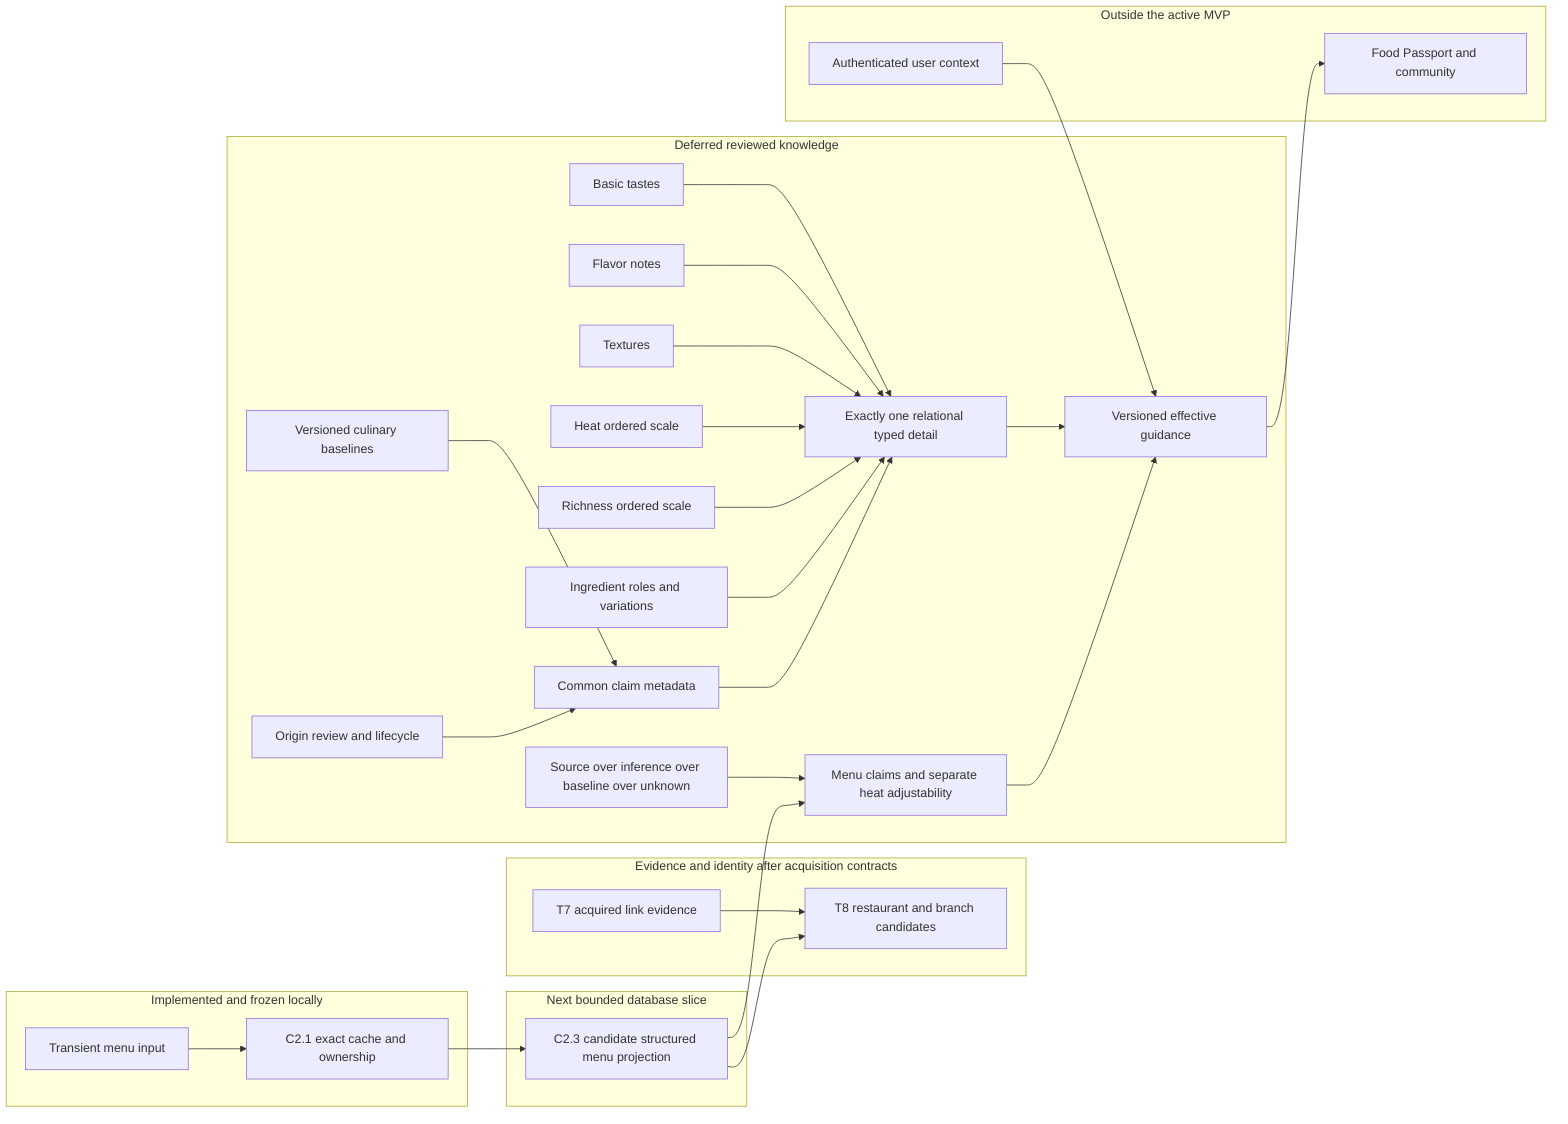
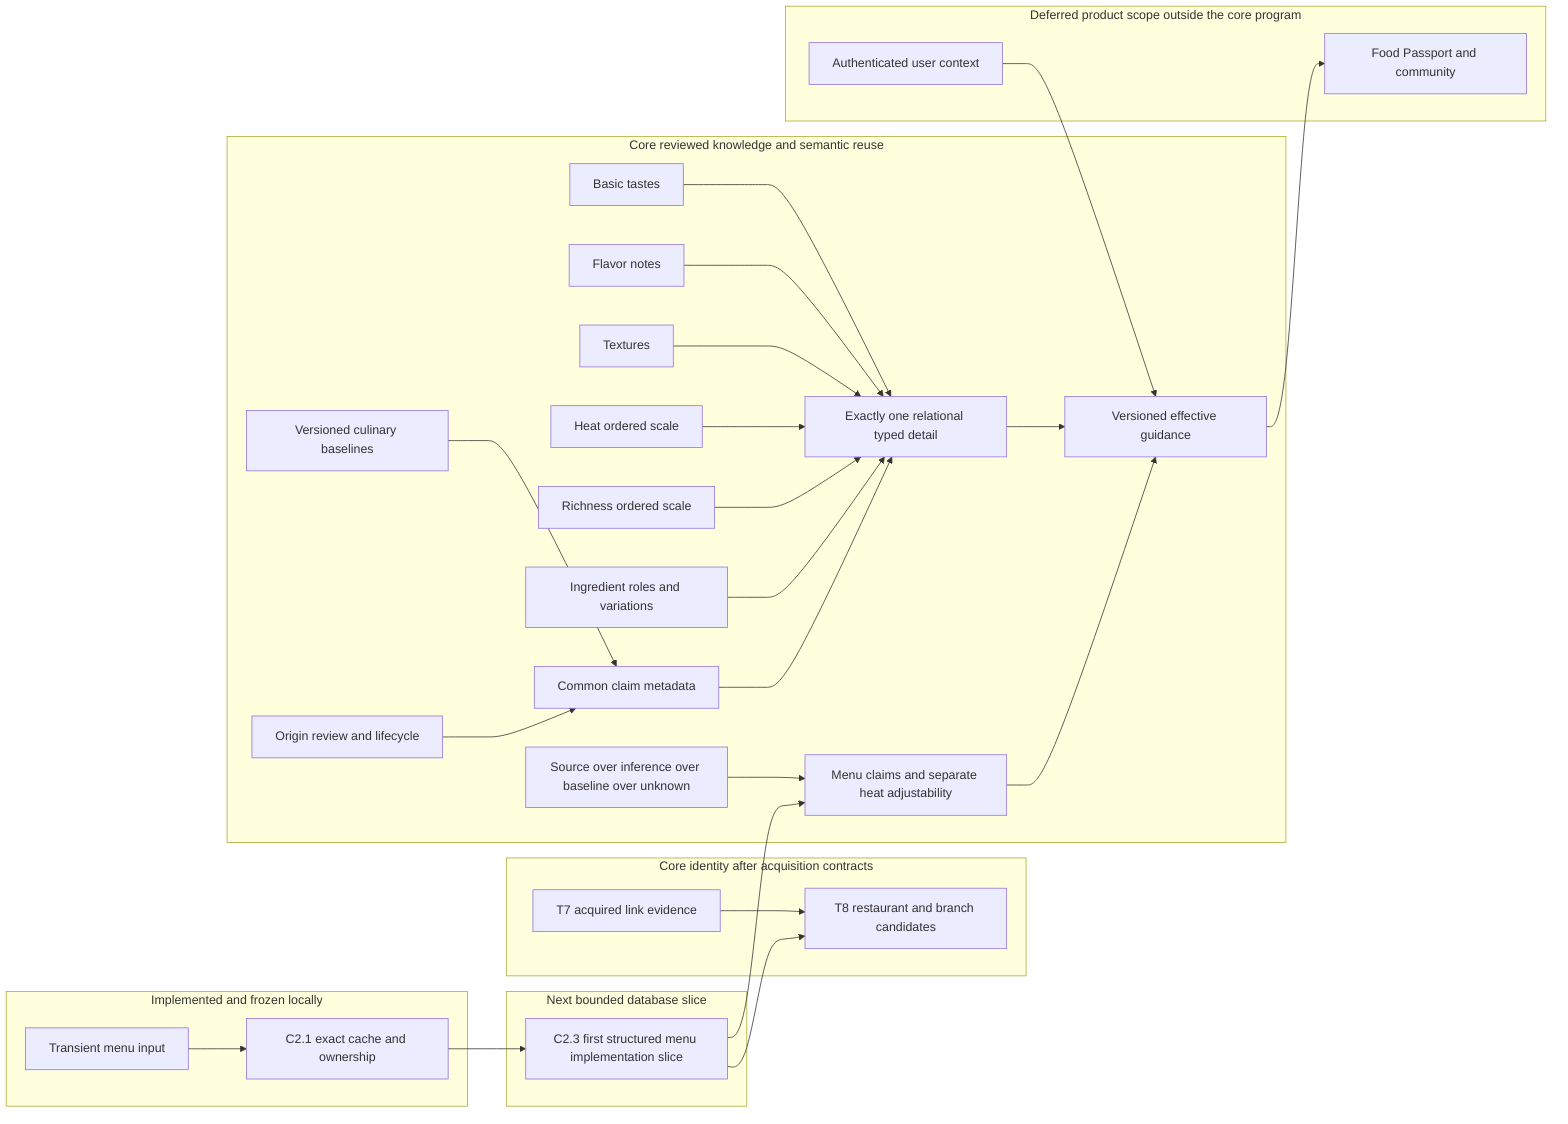
flowchart LR
  subgraph NOW[Implemented and frozen locally]
    A[Transient menu input]
    B[C2.1 exact cache and ownership]
    A --> B
  end

  subgraph NEXT[Next bounded database slice]
-     C[C2.3 candidate structured menu projection]
+     C[C2.3 first structured menu implementation slice]
    B --> C
  end

-   subgraph EVIDENCE[Evidence and identity after acquisition contracts]
+   subgraph EVIDENCE[Core identity after acquisition contracts]
    D[T7 acquired link evidence]
    E[T8 restaurant and branch candidates]
    D --> E
    C --> E
  end

-   subgraph KNOWLEDGE[Deferred reviewed knowledge]
+   subgraph KNOWLEDGE[Core reviewed knowledge and semantic reuse]
    F[Versioned culinary baselines]
    K1[Basic tastes]
    K2[Flavor notes]
    K3[Textures]
    K4[Heat ordered scale]
    K5[Richness ordered scale]
    K6[Ingredient roles and variations]
    K7[Common claim metadata]
    K8[Exactly one relational typed detail]
    K9[Origin review and lifecycle]
    K10[Source over inference over baseline over unknown]
    G[Menu claims and separate heat adjustability]
    H[Versioned effective guidance]
    F --> K7
    K9 --> K7
    K1 --> K8
    K2 --> K8
    K3 --> K8
    K4 --> K8
    K5 --> K8
    K6 --> K8
    K7 --> K8
    K10 --> G
    C --> G
    K8 --> H
    G --> H
  end

-   subgraph FUTURE[Outside the active MVP]
+   subgraph FUTURE[Deferred product scope outside the core program]
    I[Authenticated user context]
    J[Food Passport and community]
    I --> H
    H --> J
  end
